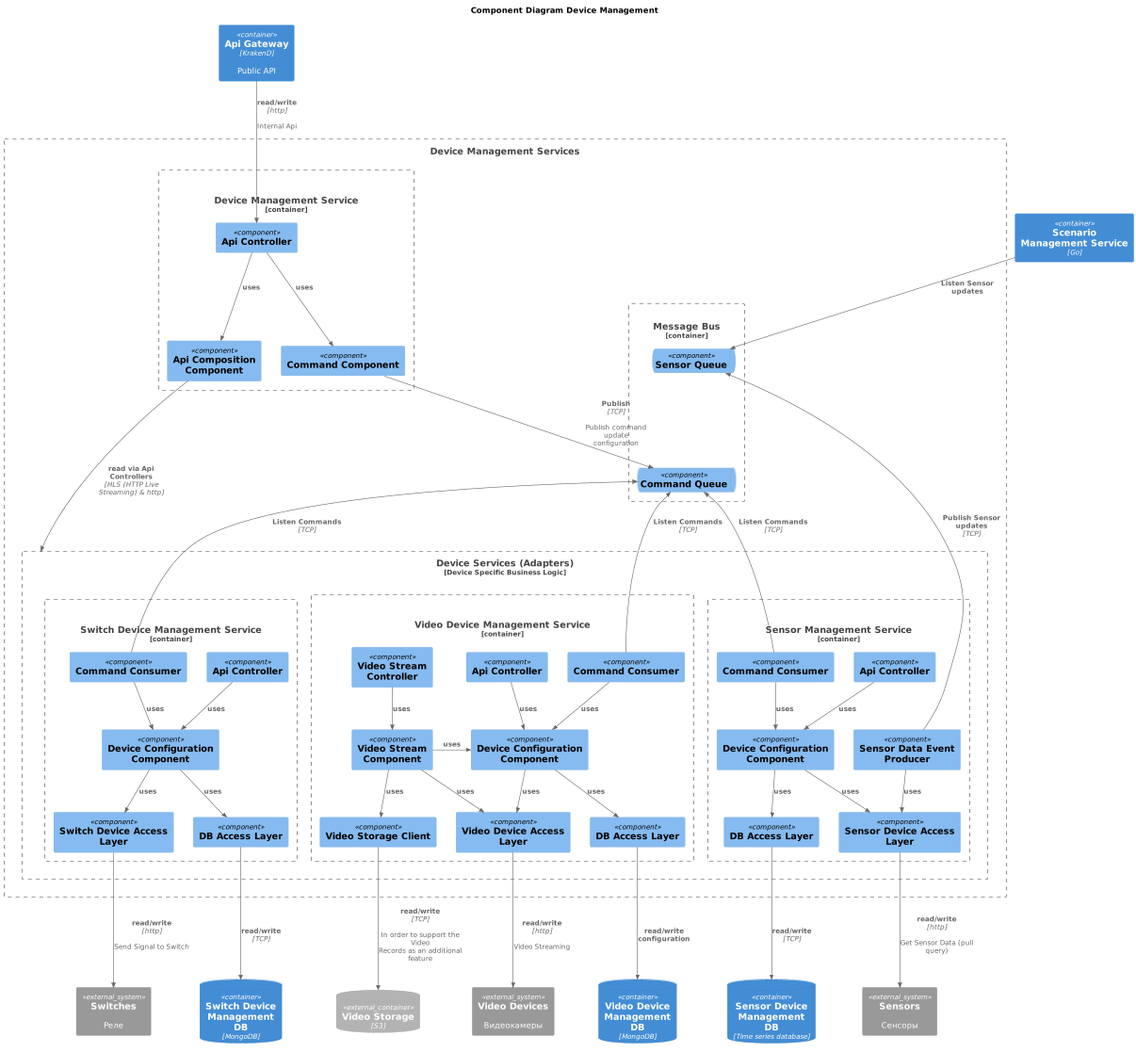
Before: Component_Diagram_Device_Management.png, a diagram exported from PlantUML (smamykin/practicum-architecture-sprint-3). The source it was exported from:
```plantuml
@startuml
title Component Diagram Device Management

top to bottom direction

!include C4.puml
!include C4_Container.puml
!include C4_Context.puml
!include C4_Component.puml

System_Ext(se1, "Sensors", "Сенсоры")
System_Ext(se2, "Switches", "Реле")
System_Ext(se3, "Video Devices", "Видеокамеры")

ContainerDb_Ext(dbVideoS3, "Video Storage", "S3")

ContainerDb(dbVideo, "Video Device Management\nDB", "MongoDB")
ContainerDb(dbSensor, "Sensor Device Management\nDB", "Time series database")
ContainerDb(dbSwitch, "Switch Device Management\nDB", "MongoDB")
Container(ApiGateway, "Api Gateway", "KrakenD","Public API")
Container(ScenarioManagement, "Scenario Management Service", "Go")


Boundary(asdf, "Device Management Services") {
    Container_Boundary(Bus, "Message Bus") {
        ComponentQueue(SensorQueue, "Sensor Queue")
        ComponentQueue(CommandQueue, "Command Queue")
    }
    Container_Boundary(DeviceManagement, "Device Management Service", "Go", "Facade for Public API") {
        Component(DeviceManagementCommandComponent, "Command Component")
        Component(DeviceManagementApiComposition, "Api Composition Component")
        Component(DeviceManagementApiController, "Api Controller")
        Rel(DeviceManagementApiController, DeviceManagementCommandComponent, "uses")
        Rel(DeviceManagementApiController, DeviceManagementApiComposition, "uses")
    }
    Boundary(DeviceServices, "Device Services (Adapters)", "Device Specific Business Logic", ) {
        Container_Boundary(SensorManagement, "Sensor Management Service", "Java") {
            Component(SensorManagementApiController, "Api Controller")
            Component(SensorManagementDeviceAccessLayer, "Sensor Device Access Layer")
            Component(SensorManagementConfigurationComponent, "Device Configuration Component")
            Component(SensorManagementCommandConsumer, "Command Consumer")
            Component(SensorManagementEventProducer, "Sensor Data Event Producer")
            Component(SensorManagementManagementDBAL, "DB Access Layer")


            Rel(SensorManagementApiController, SensorManagementConfigurationComponent, "uses")
            Rel(SensorManagementCommandConsumer, SensorManagementConfigurationComponent, "uses")
            Rel_D(SensorManagementConfigurationComponent, SensorManagementDeviceAccessLayer , "uses")
            Rel_D(SensorManagementConfigurationComponent,SensorManagementManagementDBAL,"uses")
            Rel_D(SensorManagementManagementDBAL,dbSensor,"read/write", "TCP")
            Rel_U(SensorManagementCommandConsumer, CommandQueue, "Listen Commands", "TCP")
            Rel_D(SensorManagementDeviceAccessLayer, se1,  "read/write", "http", "Get Sensor Data (pull query)")
            Rel_U(SensorManagementEventProducer, SensorQueue, "Publish Sensor updates", "TCP",)
            Rel(SensorManagementEventProducer, SensorManagementDeviceAccessLayer, "uses",)
        }
        Container_Boundary(VideoManagement, "Video Device Management Service", "Java") {
            Component(VideoManagementApiController, "Api Controller")
            Component(VideoManagementStreamController, "Video Stream Controller")
            Component(VideoManagementVideoDeviceAccessLayer, "Video Device Access Layer")
            Component(VideoManagementVideoStorageClient, "Video Storage Client")
            Component(VideoManagementConfigurationComponent, "Device Configuration Component")
            Component(VideoManagementVideoStreamComponent, "Video Stream Component")
            Component(VideoManagementCommandConsumer, "Command Consumer")
            Component(VideoManagementDBAL, "DB Access Layer")

            Rel(VideoManagementCommandConsumer, VideoManagementConfigurationComponent, "uses")
            Rel_D(VideoManagementConfigurationComponent, VideoManagementVideoDeviceAccessLayer, "uses")
            Rel(VideoManagementApiController, VideoManagementConfigurationComponent, "uses")
            Rel(VideoManagementStreamController, VideoManagementVideoStreamComponent, "uses")
            Rel(VideoManagementConfigurationComponent, VideoManagementDBAL, "uses")
            Rel(VideoManagementDBAL, dbVideo, "read/write configuration")
            Rel_R(VideoManagementVideoStreamComponent,VideoManagementConfigurationComponent, "uses")
            Rel(VideoManagementVideoStreamComponent,VideoManagementVideoStorageClient, "uses")
            Rel(VideoManagementVideoStreamComponent,VideoManagementVideoDeviceAccessLayer, "uses")
            Rel_D(VideoManagementVideoDeviceAccessLayer, se3, "read/write", "http", "Video Streaming")
            Rel_D(VideoManagementVideoStorageClient, dbVideoS3, "read/write", "TCP", "In order to support the Video Records as an additional feature")
            Rel_U(VideoManagementCommandConsumer, CommandQueue, "Listen Commands", "TCP")
        }

        Container_Boundary(SwitchManagement, "Switch Device Management Service", "Java") {
            Component(SwitchManagementApiController, "Api Controller")
            Component(SwitchManagementDeviceAccessLayer, "Switch Device Access Layer")
            Component(SwitchManagementConfigurationComponent, "Device Configuration Component")
            Component(SwitchManagementCommandConsumer, "Command Consumer")
            Component(SwitchManagementManagementDBAL, "DB Access Layer")


            Rel(SwitchManagementApiController, SwitchManagementConfigurationComponent, "uses")
            Rel(SwitchManagementCommandConsumer, SwitchManagementConfigurationComponent, "uses")
            Rel_D(SwitchManagementConfigurationComponent, SwitchManagementDeviceAccessLayer , "uses")
            Rel_D(SwitchManagementConfigurationComponent,SwitchManagementManagementDBAL,"uses")
            Rel_D(SwitchManagementManagementDBAL,dbSwitch,"read/write", "TCP")
            Rel_U(SwitchManagementCommandConsumer, CommandQueue, "Listen Commands", "TCP")
            Rel_D(SwitchManagementDeviceAccessLayer, se2,  "read/write", "http", "Send Signal to Switch")
        }
    }

}


Rel(DeviceManagementApiComposition, DeviceServices, "read via Api Controllers", "HLS (HTTP Live Streaming) & http")
Rel(ApiGateway,DeviceManagementApiController, "read/write", "http", "Internal Api")
Rel(ScenarioManagement, SensorQueue, "Listen Sensor updates")
Rel(DeviceManagementCommandComponent, CommandQueue, "Publish" , "TCP", "Publish command update configuration")
Lay_D(SensorQueue, CommandQueue)


@enduml
```
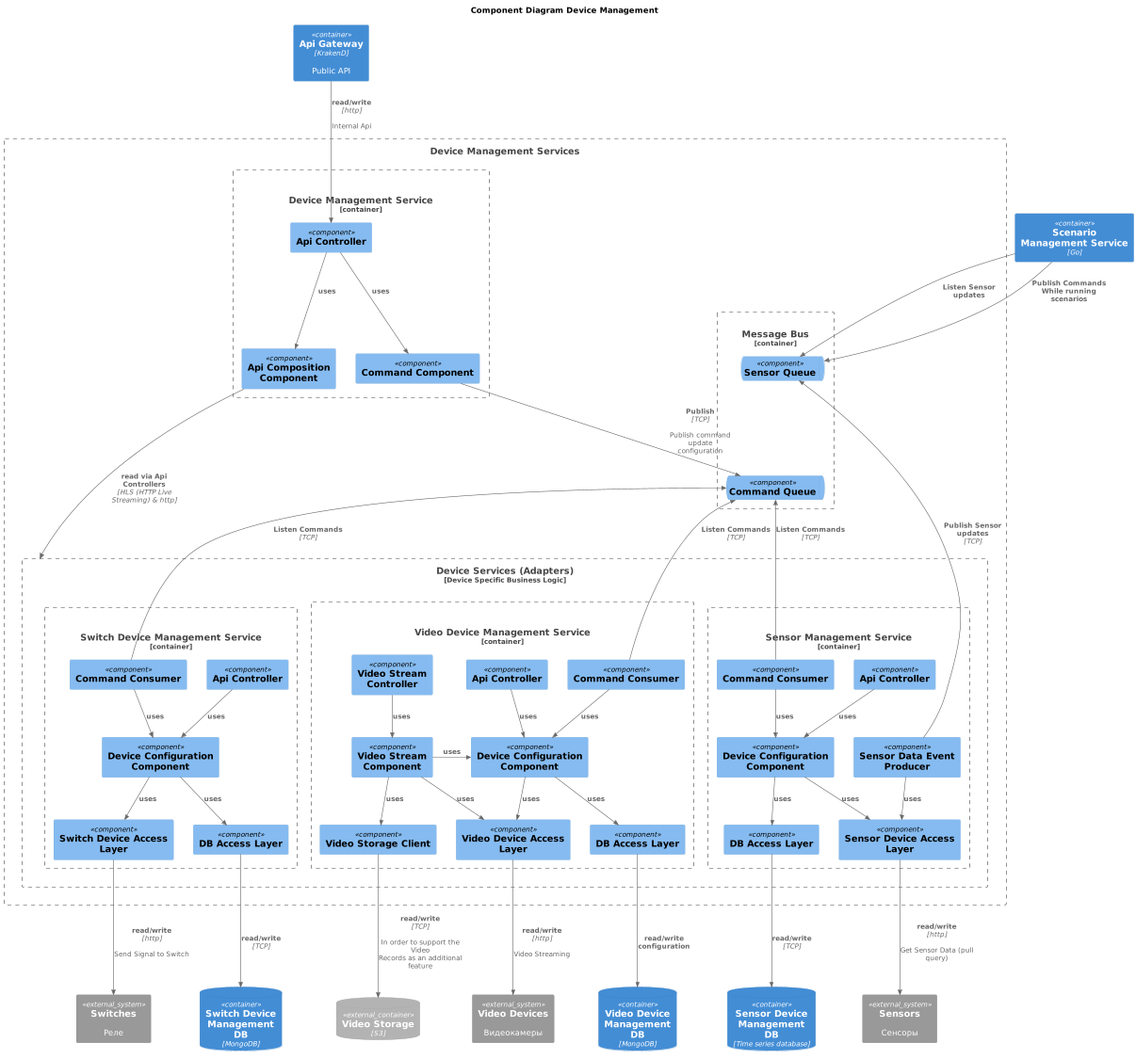
The same diagram one commit later.

Commit message:
sprint_3 part_1 | Component Diagram Device Management Services

The edit, as a diff of the source:
```diff
@@ -21,7 +21,7 @@
 Container(ScenarioManagement, "Scenario Management Service", "Go")
 
 
-Boundary(asdf, "Device Management Services") {
+Boundary(b1, "Device Management Services") {
     Container_Boundary(Bus, "Message Bus") {
         ComponentQueue(SensorQueue, "Sensor Queue")
         ComponentQueue(CommandQueue, "Command Queue")
@@ -101,6 +101,7 @@
 Rel(DeviceManagementApiComposition, DeviceServices, "read via Api Controllers", "HLS (HTTP Live Streaming) & http")
 Rel(ApiGateway,DeviceManagementApiController, "read/write", "http", "Internal Api")
 Rel(ScenarioManagement, SensorQueue, "Listen Sensor updates")
+Rel(ScenarioManagement, SensorQueue, "Publish Commands While running scenarios")
 Rel(DeviceManagementCommandComponent, CommandQueue, "Publish" , "TCP", "Publish command update configuration")
 Lay_D(SensorQueue, CommandQueue)
 
```
